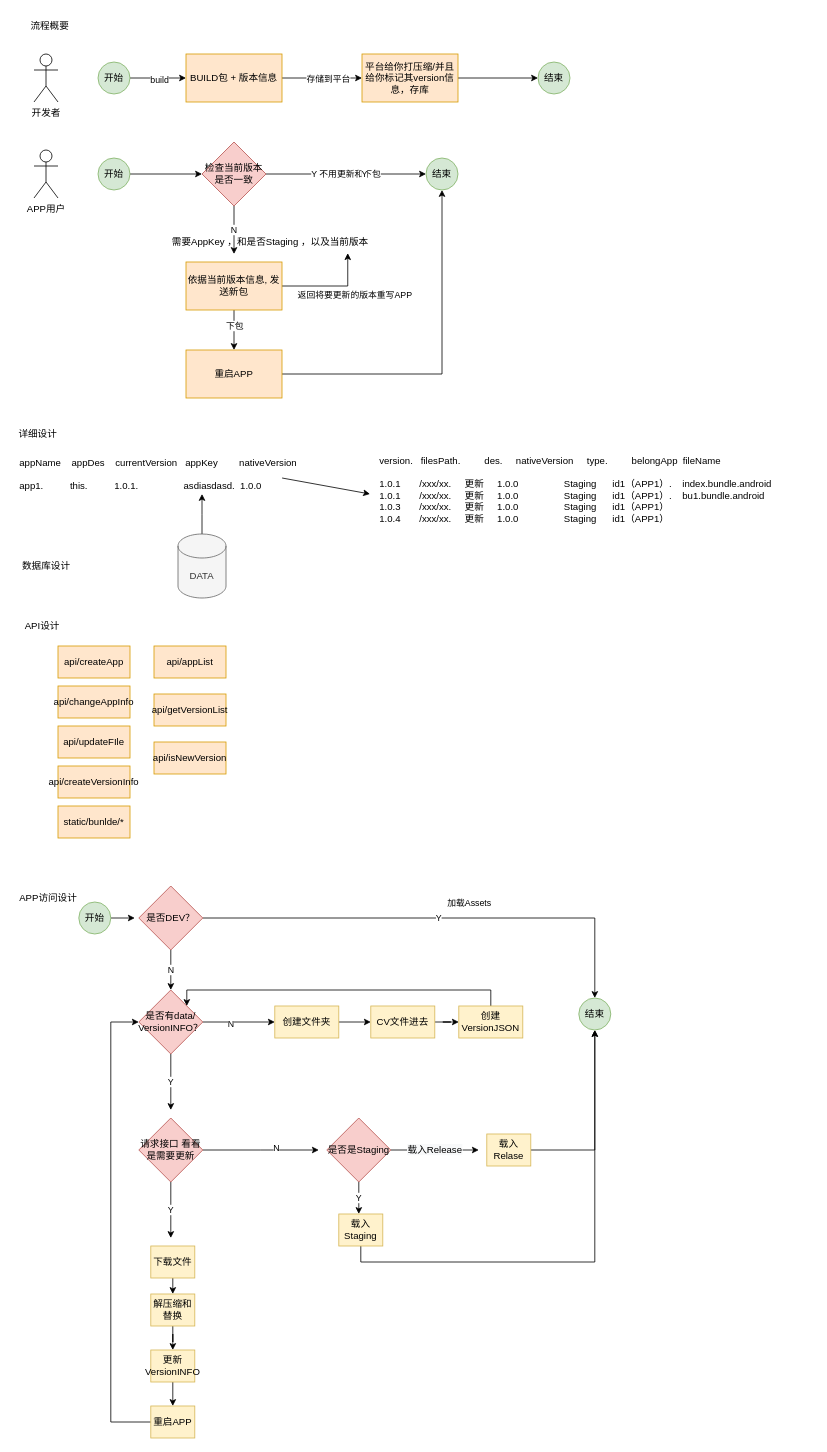
Before: doc/ServiceHot设计.drawio in BM-laoli/Android-IOS-ReactNative, a draw.io diagram. Source tidied: cells renumbered, new cells numbered last; positions are measured from the earlier drawing's top-left corner, leaving out a move shared by most shapes. Both pictures are drawn from the tidied source at 80%, with x=0, y=0 at pixel (14, 14).
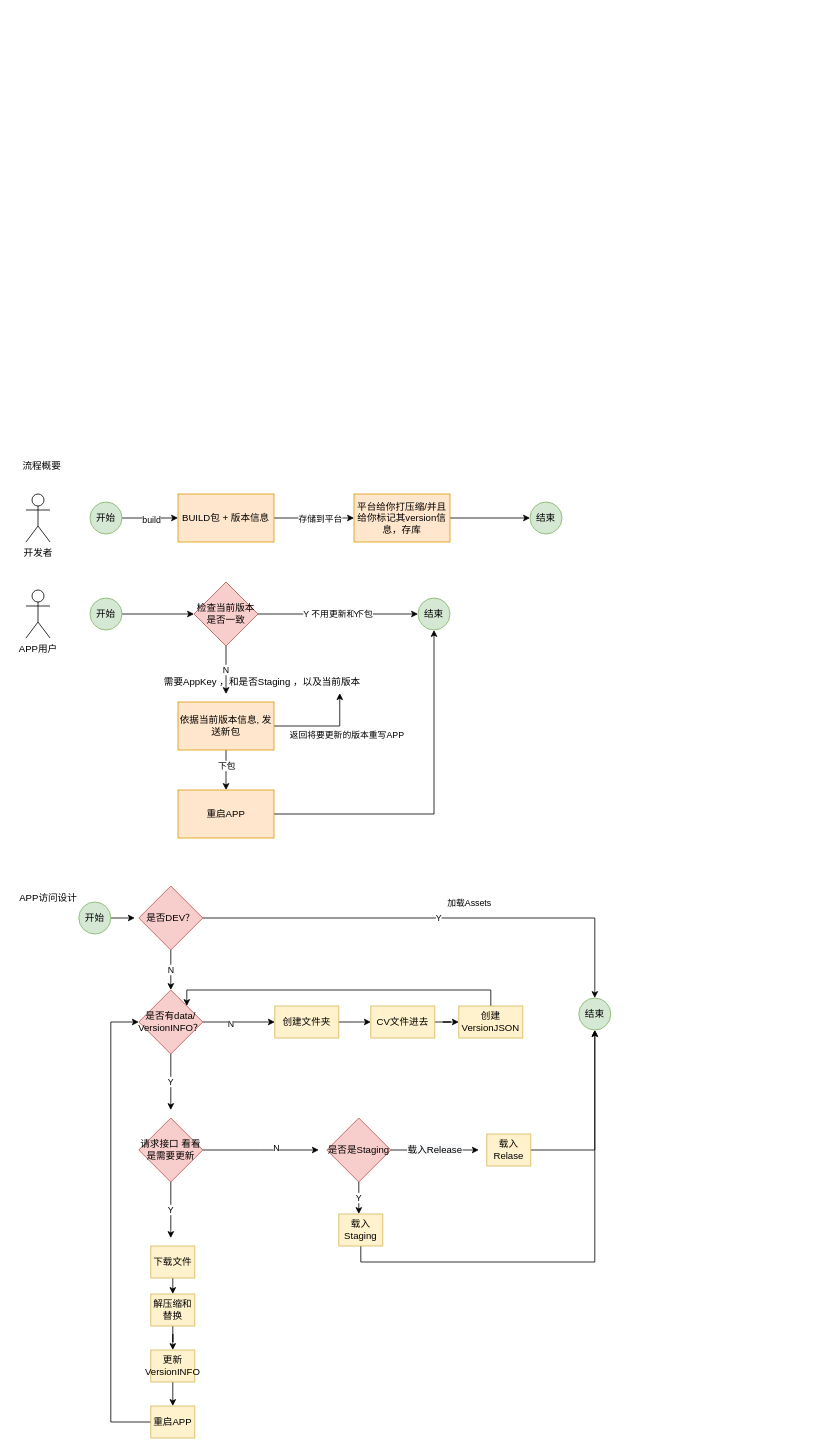
After the change.

Diff of the diagram source:
```diff
@@
     <mxCell id="4" value="开始" style="ellipse;whiteSpace=wrap;html=1;fillColor=#d5e8d4;strokeColor=#82b366;" parent="1" vertex="1">
-      <mxGeometry x="105" y="60" width="40" height="40" as="geometry" />
+      <mxGeometry x="95" y="610" width="40" height="40" as="geometry" />
     </mxCell>
     <mxCell id="5" value="开发者" style="shape=umlActor;verticalLabelPosition=bottom;verticalAlign=top;html=1;" parent="1" vertex="1">
-      <mxGeometry x="25" y="50" width="30" height="60" as="geometry" />
+      <mxGeometry x="15" y="600" width="30" height="60" as="geometry" />
     </mxCell>
     <mxCell id="6" value="APP用户" style="shape=umlActor;verticalLabelPosition=bottom;verticalAlign=top;html=1;" parent="1" vertex="1">
-      <mxGeometry x="25" y="170" width="30" height="60" as="geometry" />
+      <mxGeometry x="15" y="720" width="30" height="60" as="geometry" />
     </mxCell>
@@
     <mxCell id="9" value="BUILD包 + 版本信息" style="rounded=0;whiteSpace=wrap;html=1;fillColor=#ffe6cc;strokeColor=#d79b00;" parent="1" vertex="1">
-      <mxGeometry x="215" y="50" width="120" height="60" as="geometry" />
+      <mxGeometry x="205" y="600" width="120" height="60" as="geometry" />
     </mxCell>
@@
     <mxCell id="11" value="平台给你打压缩/并且给你标记其version信息，存库" style="rounded=0;whiteSpace=wrap;html=1;fillColor=#ffe6cc;strokeColor=#d79b00;" parent="1" vertex="1">
-      <mxGeometry x="435" y="50" width="120" height="60" as="geometry" />
+      <mxGeometry x="425" y="600" width="120" height="60" as="geometry" />
     </mxCell>
     <mxCell id="12" value="N" style="edgeStyle=orthogonalEdgeStyle;rounded=0;jettySize=auto;html=1;exitX=0.5;exitY=1;exitDx=0;exitDy=0;entryX=0.5;entryY=0;entryDx=0;entryDy=0;" parent="1" edge="1" source="15">
       <mxGeometry relative="1" as="geometry">
-        <mxPoint x="275" y="300" as="targetPoint" />
+        <mxPoint x="265" y="850" as="targetPoint" />
       </mxGeometry>
     </mxCell>
@@
     <mxCell id="15" value="检查当前版本是否一致" style="rhombus;whiteSpace=wrap;html=1;fillColor=#f8cecc;strokeColor=#b85450;" parent="1" vertex="1">
-      <mxGeometry x="235" y="160" width="80" height="80" as="geometry" />
+      <mxGeometry x="225" y="710" width="80" height="80" as="geometry" />
     </mxCell>
@@
     <mxCell id="17" value="重启APP" style="rounded=0;whiteSpace=wrap;html=1;fillColor=#ffe6cc;strokeColor=#d79b00;" parent="1" vertex="1">
-      <mxGeometry x="215" y="420" width="120" height="60" as="geometry" />
+      <mxGeometry x="205" y="970" width="120" height="60" as="geometry" />
     </mxCell>
     <mxCell id="18" value="结束" style="ellipse;whiteSpace=wrap;html=1;fillColor=#d5e8d4;strokeColor=#82b366;" parent="1" vertex="1">
-      <mxGeometry x="655" y="60" width="40" height="40" as="geometry" />
+      <mxGeometry x="645" y="610" width="40" height="40" as="geometry" />
     </mxCell>
@@
     <mxCell id="20" value="开始" style="ellipse;whiteSpace=wrap;html=1;fillColor=#d5e8d4;strokeColor=#82b366;" parent="1" vertex="1">
-      <mxGeometry x="105" y="180" width="40" height="40" as="geometry" />
+      <mxGeometry x="95" y="730" width="40" height="40" as="geometry" />
     </mxCell>
     <mxCell id="21" value="结束" style="ellipse;whiteSpace=wrap;html=1;fillColor=#d5e8d4;strokeColor=#82b366;" parent="1" vertex="1">
-      <mxGeometry x="515" y="180" width="40" height="40" as="geometry" />
+      <mxGeometry x="505" y="730" width="40" height="40" as="geometry" />
     </mxCell>
@@
     <mxCell id="26" value="依据当前版本信息, 发送新包" style="rounded=0;whiteSpace=wrap;html=1;fillColor=#ffe6cc;strokeColor=#d79b00;" parent="1" vertex="1">
-      <mxGeometry x="215" y="310" width="120" height="60" as="geometry" />
+      <mxGeometry x="205" y="860" width="120" height="60" as="geometry" />
     </mxCell>
     <mxCell id="27" value="需要AppKey ，和是否Staging ，以及当前版本" style="text;html=1;align=center;verticalAlign=middle;points=[];strokeColor=none;fillColor=none;" parent="1" vertex="1">
-      <mxGeometry x="185" y="270" width="270" height="30" as="geometry" />
+      <mxGeometry x="175" y="820" width="270" height="30" as="geometry" />
     </mxCell>
-    <mxCell id="28" value="详细设计" style="text;html=1;strokeColor=none;fillColor=none;align=center;verticalAlign=middle;whiteSpace=wrap;rounded=0;" parent="1" vertex="1">
-      <mxGeometry y="510" width="60" height="30" as="geometry" />
-    </mxCell>
     <mxCell id="29" value="流程概要" style="text;html=1;strokeColor=none;fillColor=none;align=center;verticalAlign=middle;whiteSpace=wrap;rounded=0;" parent="1" vertex="1">
-      <mxGeometry x="15" width="60" height="30" as="geometry" />
+      <mxGeometry x="5" y="550" width="60" height="30" as="geometry" />
     </mxCell>
-    <mxCell id="30" style="edgeStyle=orthogonalEdgeStyle;rounded=0;jettySize=auto;html=1;exitX=0.5;exitY=0;exitDx=0;exitDy=0;exitPerimeter=0;" parent="1" edge="1" source="31">
-      <mxGeometry relative="1" as="geometry">
-        <mxPoint x="235" y="600" as="targetPoint" />
-      </mxGeometry>
-    </mxCell>
-    <mxCell id="31" value="DATA" style="shape=cylinder3;whiteSpace=wrap;html=1;boundedLbl=1;backgroundOutline=1;size=15;fillColor=#f5f5f5;fontColor=#333333;strokeColor=#666666;" parent="1" vertex="1">
-      <mxGeometry x="205" y="650" width="60" height="80" as="geometry" />
-    </mxCell>
-    <mxCell id="32" value="appName&amp;nbsp; &amp;nbsp; appDes&amp;nbsp; &amp;nbsp; currentVersion&amp;nbsp; &amp;nbsp;appKey&amp;nbsp; &amp;nbsp; &amp;nbsp; &amp;nbsp; nativeVersion&lt;br&gt;&lt;br&gt;app1.&amp;nbsp; &amp;nbsp; &amp;nbsp; &amp;nbsp; &amp;nbsp; this.&amp;nbsp; &amp;nbsp; &amp;nbsp; &amp;nbsp; &amp;nbsp; 1.0.1.&amp;nbsp; &amp;nbsp; &amp;nbsp; &amp;nbsp; &amp;nbsp; &amp;nbsp; &amp;nbsp; &amp;nbsp; &amp;nbsp;asdiasdasd.&amp;nbsp; 1.0.0" style="text;html=1;strokeColor=none;fillColor=none;align=left;verticalAlign=middle;whiteSpace=wrap;rounded=0;" parent="1" vertex="1">
-      <mxGeometry x="5" y="560" width="360" height="30" as="geometry" />
-    </mxCell>
-    <mxCell id="33" value="version.&amp;nbsp; &amp;nbsp;filesPath.&amp;nbsp; &amp;nbsp; &amp;nbsp; &amp;nbsp; &amp;nbsp;des.&amp;nbsp; &amp;nbsp; &amp;nbsp;nativeVersion&amp;nbsp; &amp;nbsp; &amp;nbsp;type.&amp;nbsp; &amp;nbsp; &amp;nbsp; &amp;nbsp; &amp;nbsp;belongApp&amp;nbsp; fileName&lt;br&gt;&lt;br&gt;1.0.1&amp;nbsp; &amp;nbsp; &amp;nbsp; &amp;nbsp;/xxx/xx.&amp;nbsp; &amp;nbsp; &amp;nbsp;更新&amp;nbsp; &amp;nbsp; &amp;nbsp;1.0.0&amp;nbsp; &amp;nbsp; &amp;nbsp; &amp;nbsp; &amp;nbsp; &amp;nbsp; &amp;nbsp; &amp;nbsp; &amp;nbsp;Staging&amp;nbsp; &amp;nbsp; &amp;nbsp; id1（APP1）.&amp;nbsp; &amp;nbsp; index.bundle.android&lt;br&gt;1.0.1&amp;nbsp; &amp;nbsp; &amp;nbsp; &amp;nbsp;/xxx/xx.&amp;nbsp; &amp;nbsp; &amp;nbsp;更新&amp;nbsp; &amp;nbsp; &amp;nbsp;1.0.0&amp;nbsp; &amp;nbsp; &amp;nbsp; &amp;nbsp; &amp;nbsp; &amp;nbsp; &amp;nbsp; &amp;nbsp; &amp;nbsp;Staging&amp;nbsp; &amp;nbsp; &amp;nbsp; id1（APP1）.&amp;nbsp; &amp;nbsp; bu1.bundle.android&lt;br&gt;1.0.3&amp;nbsp; &amp;nbsp; &amp;nbsp; &amp;nbsp;/xxx/xx.&amp;nbsp; &amp;nbsp; &amp;nbsp;更新&amp;nbsp; &amp;nbsp; &amp;nbsp;1.0.0&amp;nbsp; &amp;nbsp; &amp;nbsp; &amp;nbsp; &amp;nbsp; &amp;nbsp; &amp;nbsp; &amp;nbsp; &amp;nbsp;Staging&amp;nbsp; &amp;nbsp; &amp;nbsp; id1（APP1）&lt;br&gt;1.0.4&amp;nbsp; &amp;nbsp; &amp;nbsp; &amp;nbsp;/xxx/xx.&amp;nbsp; &amp;nbsp; &amp;nbsp;更新&amp;nbsp; &amp;nbsp; &amp;nbsp;1.0.0&amp;nbsp; &amp;nbsp; &amp;nbsp; &amp;nbsp; &amp;nbsp; &amp;nbsp; &amp;nbsp; &amp;nbsp; &amp;nbsp;Staging&amp;nbsp; &amp;nbsp; &amp;nbsp; id1（APP1）" style="text;html=1;strokeColor=none;fillColor=none;align=left;verticalAlign=middle;whiteSpace=wrap;rounded=0;" parent="1" vertex="1">
-      <mxGeometry x="455" y="570" width="545" height="50" as="geometry" />
-    </mxCell>
-    <mxCell id="34" style="endArrow=classic;html=1;rounded=0;exitX=0.917;exitY=0.667;exitDx=0;exitDy=0;exitPerimeter=0;" parent="1" edge="1" source="32">
-      <mxGeometry relative="1" as="geometry">
-        <mxPoint x="445" y="600" as="targetPoint" />
-      </mxGeometry>
-    </mxCell>
-    <mxCell id="35" value="数据库设计" style="text;html=1;align=center;verticalAlign=middle;strokeColor=none;fillColor=none;" parent="1" vertex="1">
-      <mxGeometry y="675" width="80" height="30" as="geometry" />
-    </mxCell>
-    <mxCell id="36" value="API设计" style="text;html=1;align=center;verticalAlign=middle;strokeColor=none;fillColor=none;" parent="1" vertex="1">
-      <mxGeometry y="750" width="70" height="30" as="geometry" />
-    </mxCell>
-    <mxCell id="37" value="api/createApp" style="rounded=0;whiteSpace=wrap;html=1;fillColor=#ffe6cc;strokeColor=#d79b00;" parent="1" vertex="1">
-      <mxGeometry x="55" y="790" width="90" height="40" as="geometry" />
-    </mxCell>
-    <mxCell id="38" value="api/changeAppInfo" style="rounded=0;whiteSpace=wrap;html=1;fillColor=#ffe6cc;strokeColor=#d79b00;" parent="1" vertex="1">
-      <mxGeometry x="55" y="840" width="90" height="40" as="geometry" />
-    </mxCell>
-    <mxCell id="39" value="api/updateFIle" style="rounded=0;whiteSpace=wrap;html=1;fillColor=#ffe6cc;strokeColor=#d79b00;" parent="1" vertex="1">
-      <mxGeometry x="55" y="890" width="90" height="40" as="geometry" />
-    </mxCell>
-    <mxCell id="40" value="api/createVersionInfo" style="rounded=0;whiteSpace=wrap;html=1;fillColor=#ffe6cc;strokeColor=#d79b00;" parent="1" vertex="1">
-      <mxGeometry x="55" y="940" width="90" height="40" as="geometry" />
-    </mxCell>
-    <mxCell id="41" value="static/bunlde/*" style="rounded=0;whiteSpace=wrap;html=1;fillColor=#ffe6cc;strokeColor=#d79b00;" parent="1" vertex="1">
-      <mxGeometry x="55" y="990" width="90" height="40" as="geometry" />
-    </mxCell>
-    <mxCell id="42" value="api/appList" style="rounded=0;whiteSpace=wrap;html=1;fillColor=#ffe6cc;strokeColor=#d79b00;" parent="1" vertex="1">
-      <mxGeometry x="175" y="790" width="90" height="40" as="geometry" />
-    </mxCell>
-    <mxCell id="43" value="api/getVersionList" style="rounded=0;whiteSpace=wrap;html=1;fillColor=#ffe6cc;strokeColor=#d79b00;" parent="1" vertex="1">
-      <mxGeometry x="175" y="850" width="90" height="40" as="geometry" />
-    </mxCell>
-    <mxCell id="44" value="api/isNewVersion" style="rounded=0;whiteSpace=wrap;html=1;fillColor=#ffe6cc;strokeColor=#d79b00;" parent="1" vertex="1">
-      <mxGeometry x="175" y="910" width="90" height="40" as="geometry" />
-    </mxCell>
```
